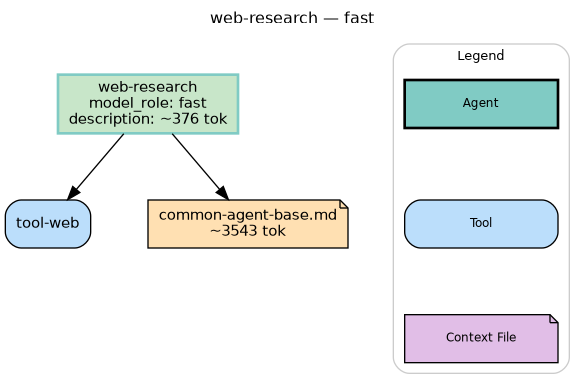
Before: agents/web-research.png, a diagram exported from Graphviz (microsoft/amplifier-foundation). Its source is kept beside it as agents/web-research.dot.
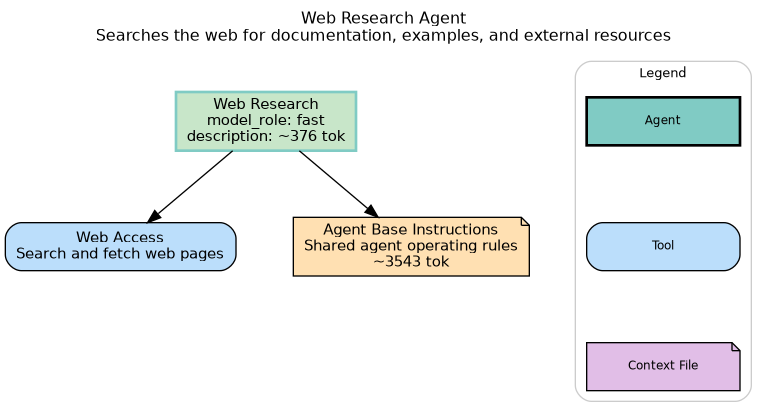
The same diagram one commit later.

The edit, as a diff of the source:
```diff
@@ -2,7 +2,7 @@
     rankdir=TB
     fontname="Helvetica"
     fontsize=12
-    label="web-research — fast"
+    label="Web Research Agent\nSearches the web for documentation, examples, and external resources"
     labelloc=t
     labeljust=c
     nodesep=0.6
@@ -13,9 +13,9 @@
     node [fontname="Helvetica", fontsize=11, style="filled,rounded"]
     edge [fontname="Helvetica", fontsize=9]
 
-    agent [label="web-research\nmodel_role: fast\ndescription: ~376 tok", shape=box, fillcolor="#c8e6c9", style="filled,bold", color="#80cbc4"]
-    tool_tool_web [label="tool-web", shape=box, fillcolor="#bbdefb", style="filled,rounded"]
-    ctx_foundation_context_shared_common_agent_base_md [label="common-agent-base.md\n~3543 tok", shape=note, fillcolor="#ffe0b2", style="filled"]
+    agent [label="Web Research\nmodel_role: fast\ndescription: ~376 tok", shape=box, fillcolor="#c8e6c9", style="filled,bold", color="#80cbc4"]
+    tool_tool_web [label="Web Access\nSearch and fetch web pages", shape=box, fillcolor="#bbdefb", style="filled,rounded"]
+    ctx_foundation_context_shared_common_agent_base_md [label="Agent Base Instructions\nShared agent operating rules\n~3543 tok", shape=note, fillcolor="#ffe0b2", style="filled"]
 
     agent -> tool_tool_web
     agent -> ctx_foundation_context_shared_common_agent_base_md
```
